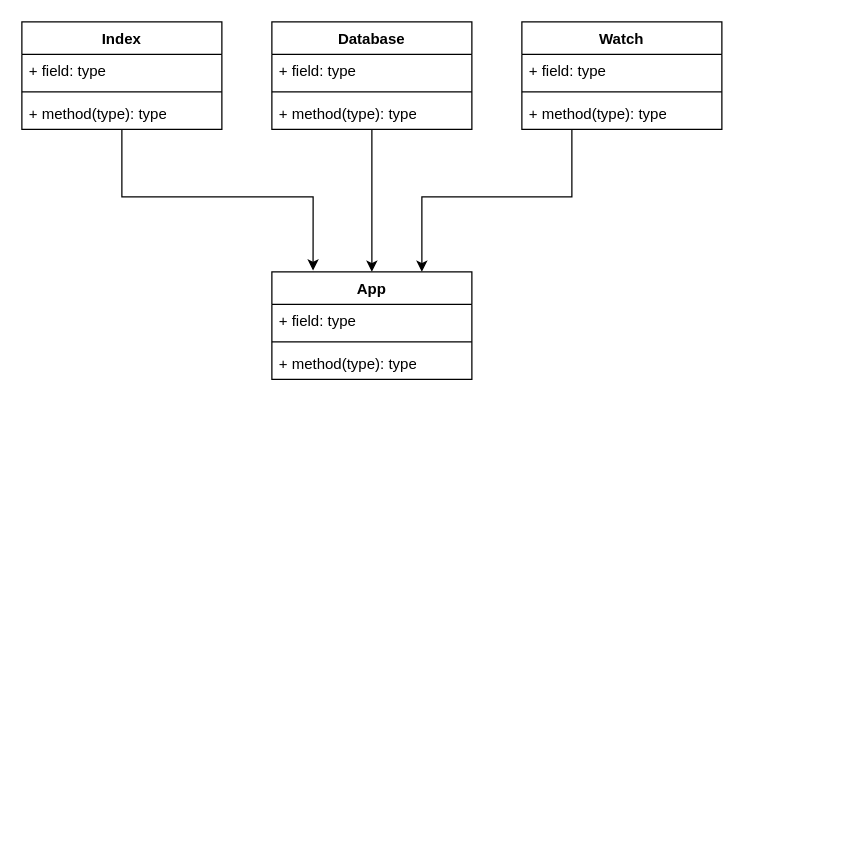
Axemer/VideoHostingDev keeps this draw.io diagram as page "диаграмма классов" (8 of 9) of documentation/cursach 2nd diagrams EIMP YT202.drawio. Above is the earlier version. Source tidied: cells renumbered, new cells numbered last; positions are measured from the earlier drawing's top-left corner, leaving out a move shared by most shapes. Both pictures are drawn from the tidied source at 125%, with x=0, y=0 at pixel (21, 21).
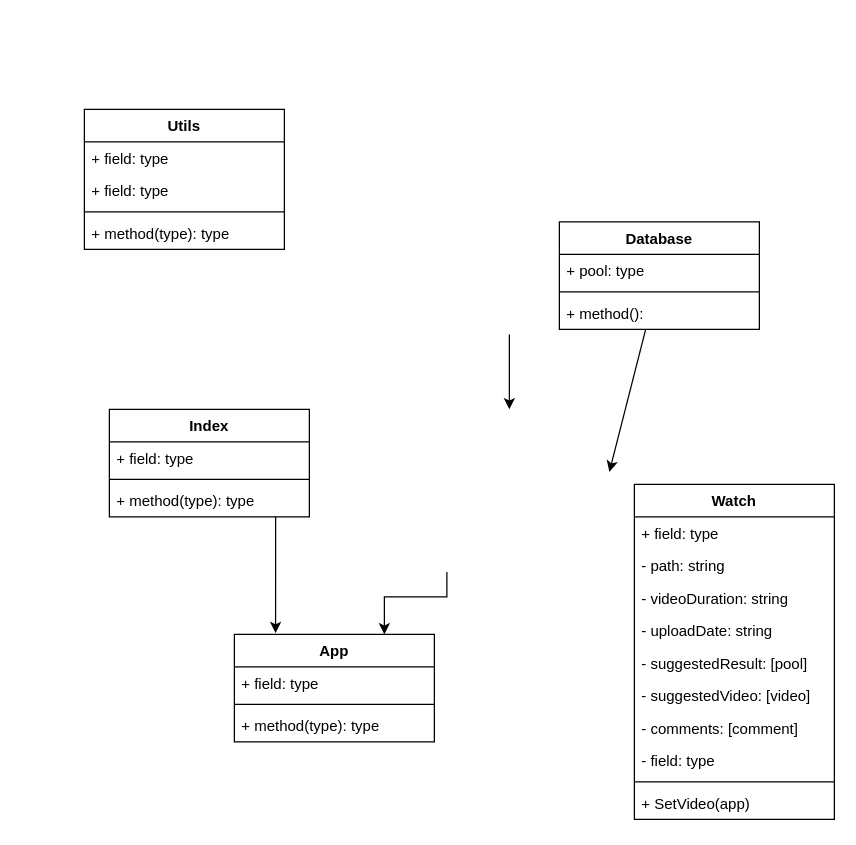
After the change.

Commit message (it also covers changes not shown here):
доки потыкал

What changed in the source:
```diff
@@
     <mxCell id="2" value="App" style="swimlane;fontStyle=1;align=center;verticalAlign=top;horizontal=1;startSize=26;whiteSpace=wrap;html=1;" parent="1" vertex="1">
-      <mxGeometry x="200" y="200" width="160" height="86" as="geometry" />
+      <mxGeometry x="170" y="490" width="160" height="86" as="geometry" />
     </mxCell>
@@
     <mxCell id="6" style="edgeStyle=orthogonalEdgeStyle;rounded=0;jettySize=auto;html=1;entryX=0.206;entryY=-0.012;entryDx=0;entryDy=0;entryPerimeter=0;" parent="1" edge="1" source="7" target="2">
       <mxGeometry relative="1" as="geometry">
         <Array as="points">
-          <mxPoint x="80" y="140" />
-          <mxPoint x="233" y="140" />
+          <mxPoint x="203" y="440" />
+          <mxPoint x="203" y="440" />
         </Array>
       </mxGeometry>
     </mxCell>
     <mxCell id="7" value="Index" style="swimlane;fontStyle=1;align=center;verticalAlign=top;horizontal=1;startSize=26;whiteSpace=wrap;html=1;" parent="1" vertex="1">
-      <mxGeometry width="160" height="86" as="geometry" />
+      <mxGeometry x="70" y="310" width="160" height="86" as="geometry" />
     </mxCell>
@@
-    <mxCell id="11" style="edgeStyle=orthogonalEdgeStyle;rounded=0;jettySize=auto;html=1;entryX=0.75;entryY=0;entryDx=0;entryDy=0;" parent="1" edge="1" source="12" target="2">
+    <mxCell id="11" style="edgeStyle=orthogonalEdgeStyle;rounded=0;jettySize=auto;html=1;entryX=0.75;entryY=0;entryDx=0;entryDy=0;" parent="1" edge="1" target="2">
       <mxGeometry relative="1" as="geometry">
+        <mxPoint x="340" y="440" as="sourcePoint" />
         <Array as="points">
-          <mxPoint x="440" y="140" />
-          <mxPoint x="320" y="140" />
+          <mxPoint x="340" y="460" />
+          <mxPoint x="290" y="460" />
         </Array>
       </mxGeometry>
     </mxCell>
     <mxCell id="12" value="Watch" style="swimlane;fontStyle=1;align=center;verticalAlign=top;horizontal=1;startSize=26;whiteSpace=wrap;html=1;" parent="1" vertex="1">
-      <mxGeometry x="400" width="160" height="86" as="geometry" />
+      <mxGeometry x="490" y="370" width="160" height="268" as="geometry" />
     </mxCell>
@@
+    <mxCell id="21" value="- path: string" style="text;strokeColor=none;fillColor=none;align=left;verticalAlign=top;spacingLeft=4;spacingRight=4;overflow=hidden;whiteSpace=wrap;html=1;" parent="12" vertex="1">
+      <mxGeometry y="52" width="160" height="26" as="geometry" />
+    </mxCell>
+    <mxCell id="22" value="- videoDuration: string" style="text;strokeColor=none;fillColor=none;align=left;verticalAlign=top;spacingLeft=4;spacingRight=4;overflow=hidden;whiteSpace=wrap;html=1;" parent="12" vertex="1">
+      <mxGeometry y="78" width="160" height="26" as="geometry" />
+    </mxCell>
+    <mxCell id="23" value="- uploadDate: string" style="text;strokeColor=none;fillColor=none;align=left;verticalAlign=top;spacingLeft=4;spacingRight=4;overflow=hidden;whiteSpace=wrap;html=1;" parent="12" vertex="1">
+      <mxGeometry y="104" width="160" height="26" as="geometry" />
+    </mxCell>
+    <mxCell id="24" value="- suggestedResult: [pool]" style="text;strokeColor=none;fillColor=none;align=left;verticalAlign=top;spacingLeft=4;spacingRight=4;overflow=hidden;whiteSpace=wrap;html=1;" parent="12" vertex="1">
+      <mxGeometry y="130" width="160" height="26" as="geometry" />
+    </mxCell>
+    <mxCell id="25" value="- suggestedVideo: [video]" style="text;strokeColor=none;fillColor=none;align=left;verticalAlign=top;spacingLeft=4;spacingRight=4;overflow=hidden;whiteSpace=wrap;html=1;" parent="12" vertex="1">
+      <mxGeometry y="156" width="160" height="26" as="geometry" />
+    </mxCell>
+    <mxCell id="26" value="- comments: [comment]" style="text;strokeColor=none;fillColor=none;align=left;verticalAlign=top;spacingLeft=4;spacingRight=4;overflow=hidden;whiteSpace=wrap;html=1;" parent="12" vertex="1">
+      <mxGeometry y="182" width="160" height="26" as="geometry" />
+    </mxCell>
+    <mxCell id="27" value="- field: type" style="text;strokeColor=none;fillColor=none;align=left;verticalAlign=top;spacingLeft=4;spacingRight=4;overflow=hidden;whiteSpace=wrap;html=1;" parent="12" vertex="1">
+      <mxGeometry y="208" width="160" height="26" as="geometry" />
+    </mxCell>
     <mxCell id="14" style="line;strokeWidth=1;fillColor=none;align=left;verticalAlign=middle;spacingTop=-1;spacingLeft=3;spacingRight=3;labelPosition=right;strokeColor=inherit;" parent="12" vertex="1">
-      <mxGeometry y="52" width="160" height="8" as="geometry" />
+      <mxGeometry y="234" width="160" height="8" as="geometry" />
     </mxCell>
-    <mxCell id="15" value="+ method(type): type" style="text;strokeColor=none;fillColor=none;align=left;verticalAlign=top;spacingLeft=4;spacingRight=4;overflow=hidden;whiteSpace=wrap;html=1;" parent="12" vertex="1">
-      <mxGeometry y="60" width="160" height="26" as="geometry" />
+    <mxCell id="15" value="+ SetVideo(app)" style="text;strokeColor=none;fillColor=none;align=left;verticalAlign=top;spacingLeft=4;spacingRight=4;overflow=hidden;whiteSpace=wrap;html=1;" parent="12" vertex="1">
+      <mxGeometry y="242" width="160" height="26" as="geometry" />
     </mxCell>
-    <mxCell id="16" style="edgeStyle=orthogonalEdgeStyle;rounded=0;jettySize=auto;html=1;entryX=0.5;entryY=0;entryDx=0;entryDy=0;" parent="1" edge="1" source="17" target="2">
-      <mxGeometry relative="1" as="geometry" />
-    </mxCell>
     <mxCell id="17" value="Database" style="swimlane;fontStyle=1;align=center;verticalAlign=top;horizontal=1;startSize=26;whiteSpace=wrap;html=1;" parent="1" vertex="1">
-      <mxGeometry x="200" width="160" height="86" as="geometry" />
+      <mxGeometry x="430" y="160" width="160" height="86" as="geometry" />
     </mxCell>
-    <mxCell id="18" value="+ field: type" style="text;strokeColor=none;fillColor=none;align=left;verticalAlign=top;spacingLeft=4;spacingRight=4;overflow=hidden;whiteSpace=wrap;html=1;" parent="17" vertex="1">
+    <mxCell id="18" value="+ pool: type" style="text;strokeColor=none;fillColor=none;align=left;verticalAlign=top;spacingLeft=4;spacingRight=4;overflow=hidden;whiteSpace=wrap;html=1;" parent="17" vertex="1">
       <mxGeometry y="26" width="160" height="26" as="geometry" />
     </mxCell>
@@
-    <mxCell id="20" value="+ method(type): type" style="text;strokeColor=none;fillColor=none;align=left;verticalAlign=top;spacingLeft=4;spacingRight=4;overflow=hidden;whiteSpace=wrap;html=1;" parent="17" vertex="1">
+    <mxCell id="20" value="+ method():" style="text;strokeColor=none;fillColor=none;align=left;verticalAlign=top;spacingLeft=4;spacingRight=4;overflow=hidden;whiteSpace=wrap;html=1;" parent="17" vertex="1">
       <mxGeometry y="60" width="160" height="26" as="geometry" />
     </mxCell>
+    <mxCell id="28" value="Utils" style="swimlane;fontStyle=1;align=center;verticalAlign=top;horizontal=1;startSize=26;whiteSpace=wrap;html=1;" parent="1" vertex="1">
+      <mxGeometry x="50" y="70" width="160" height="112" as="geometry" />
+    </mxCell>
+    <mxCell id="29" value="+ field: type" style="text;strokeColor=none;fillColor=none;align=left;verticalAlign=top;spacingLeft=4;spacingRight=4;overflow=hidden;whiteSpace=wrap;html=1;" parent="28" vertex="1">
+      <mxGeometry y="26" width="160" height="26" as="geometry" />
+    </mxCell>
+    <mxCell id="30" value="+ field: type" style="text;strokeColor=none;fillColor=none;align=left;verticalAlign=top;spacingLeft=4;spacingRight=4;overflow=hidden;whiteSpace=wrap;html=1;" parent="28" vertex="1">
+      <mxGeometry y="52" width="160" height="26" as="geometry" />
+    </mxCell>
+    <mxCell id="31" style="line;strokeWidth=1;fillColor=none;align=left;verticalAlign=middle;spacingTop=-1;spacingLeft=3;spacingRight=3;labelPosition=right;strokeColor=inherit;" parent="28" vertex="1">
+      <mxGeometry y="78" width="160" height="8" as="geometry" />
+    </mxCell>
+    <mxCell id="32" value="+ method(type): type" style="text;strokeColor=none;fillColor=none;align=left;verticalAlign=top;spacingLeft=4;spacingRight=4;overflow=hidden;whiteSpace=wrap;html=1;" parent="28" vertex="1">
+      <mxGeometry y="86" width="160" height="26" as="geometry" />
+    </mxCell>
+    <mxCell id="33" style="endArrow=classic;html=1;rounded=0;" parent="1" edge="1">
+      <mxGeometry relative="1" as="geometry">
+        <mxPoint x="390" y="250" as="sourcePoint" />
+        <mxPoint x="390" y="310" as="targetPoint" />
+      </mxGeometry>
+    </mxCell>
+    <mxCell id="34" style="endArrow=classic;html=1;rounded=0;" parent="1" edge="1" source="17">
+      <mxGeometry relative="1" as="geometry">
+        <mxPoint x="470" y="360" as="targetPoint" />
+      </mxGeometry>
+    </mxCell>
```
